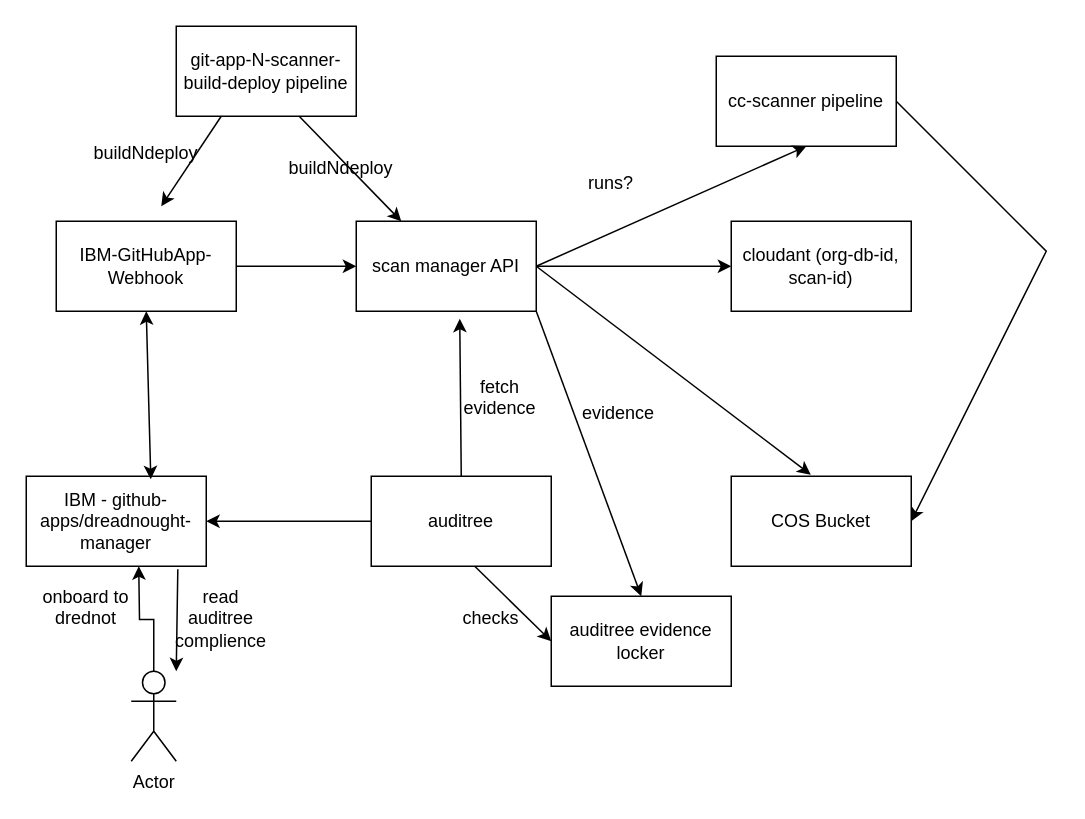
pandu-test-org/pandu-test-repo keeps this draw.io diagram as Untitled Diagram.drawio. Above is the earlier version. Source tidied: cells renumbered, new cells numbered last; positions are measured from the earlier drawing's top-left corner, leaving out a move shared by most shapes. Both pictures are drawn from the tidied source at 150%, with x=0, y=0 at pixel (26, 26).
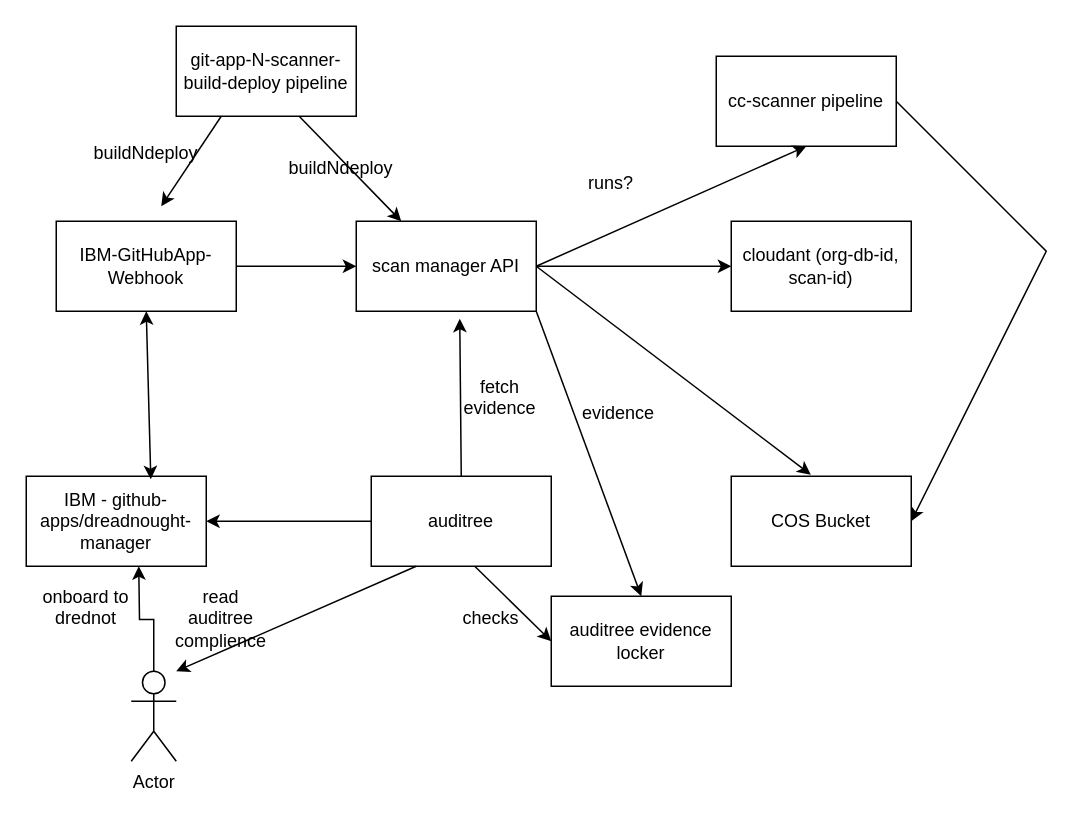
The same diagram, later.

Commit message:
Useer reads auditree deatils from auditree

Unchanged cells that the change refers to:
```xml
<mxCell id="19" value="auditree" style="rounded=0;whiteSpace=wrap;html=1;" parent="1" vertex="1">
  <mxGeometry x="230" y="300" width="120" height="60" as="geometry" />
</mxCell>
<mxCell id="21" value="IBM - github-apps/dreadnought-manager" style="rounded=0;whiteSpace=wrap;html=1;" parent="1" vertex="1">
  <mxGeometry y="300" width="120" height="60" as="geometry" />
</mxCell>
```

Change to the diagram source:
```diff
@@
-    <mxCell id="27" style="endArrow=classic;html=1;rounded=0;exitX=0.842;exitY=1.033;exitDx=0;exitDy=0;exitPerimeter=0;" parent="1" edge="1" source="21">
+    <mxCell id="27" style="endArrow=classic;html=1;rounded=0;exitX=0.25;exitY=1;exitDx=0;exitDy=0;" parent="1" edge="1" source="19">
       <mxGeometry relative="1" as="geometry">
         <mxPoint x="100" y="430" as="targetPoint" />
       </mxGeometry>
     </mxCell>
```
